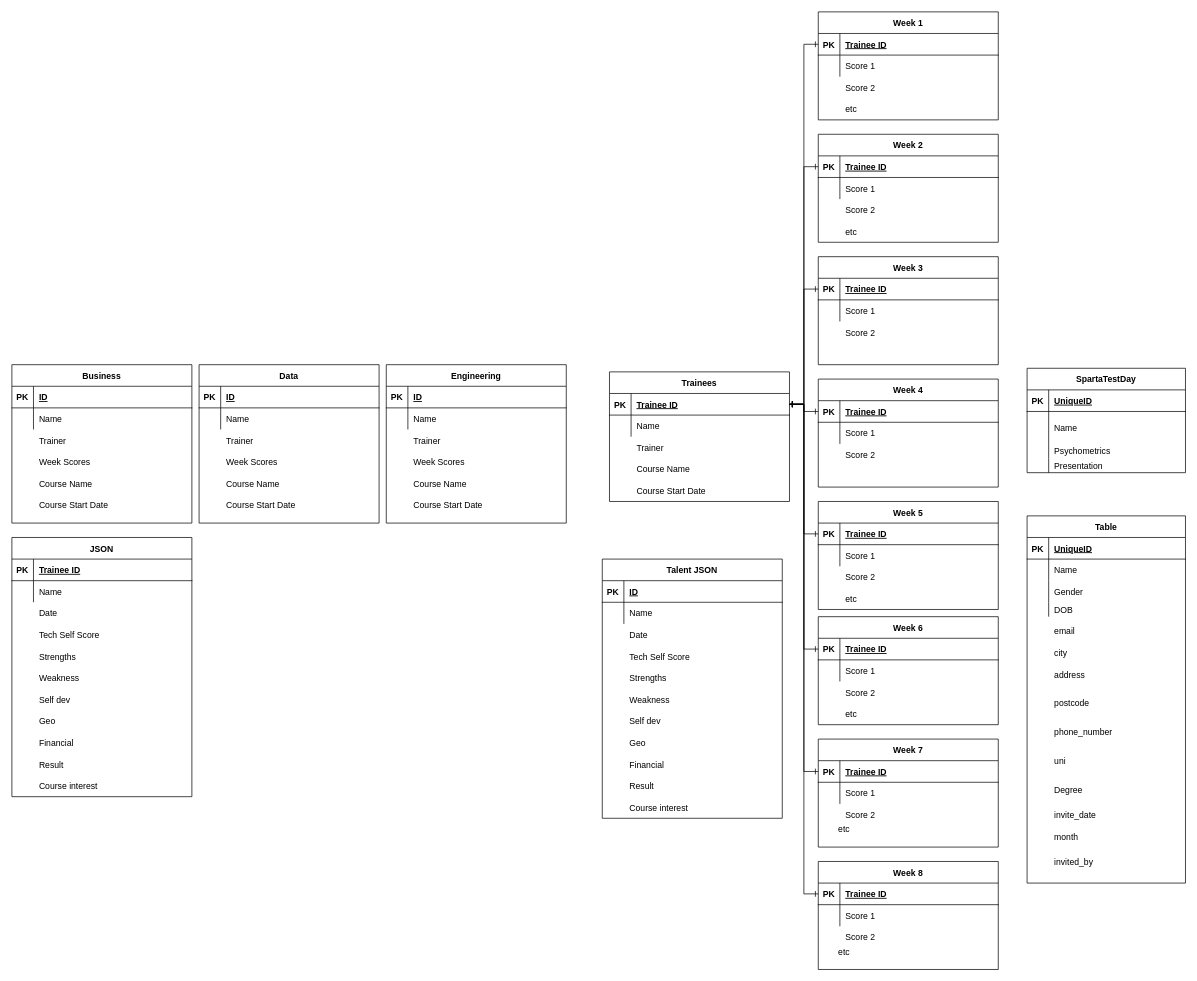
Before: Data_28_Group_2_ERD.drawio in Niam99/ETLpipeline, a draw.io diagram. Source tidied: cells renumbered, new cells numbered last; positions are measured from the earlier drawing's top-left corner, leaving out a move shared by most shapes. Both pictures are drawn from the tidied source at 72%, with x=0, y=0 at pixel (12, 12).
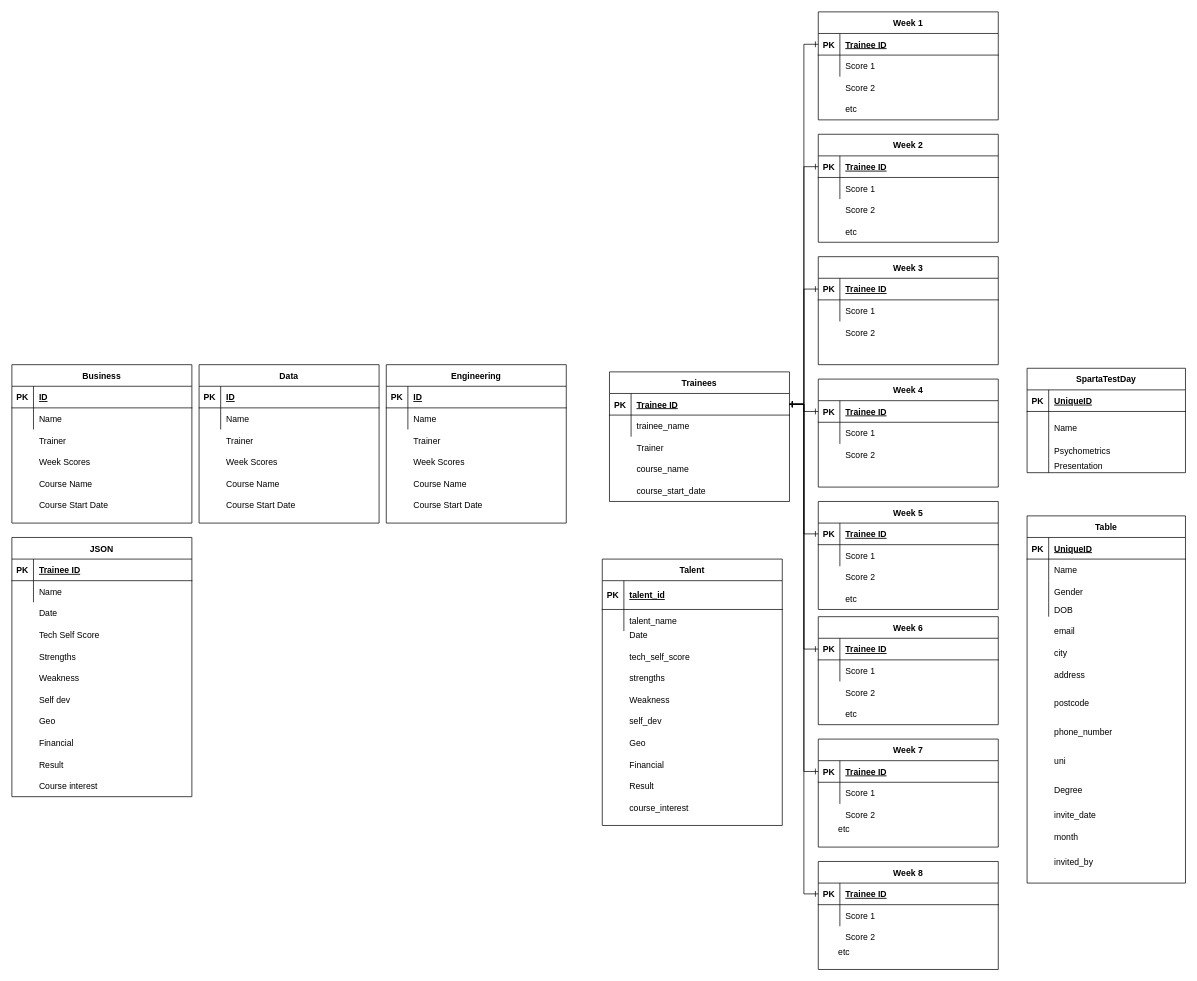
After the change.

What changed in the source:
```diff
@@
-    <mxCell id="79" value="Course Name" style="shape=partialRectangle;overflow=hidden;fillColor=none;top=0;left=0;bottom=0;right=0;align=left;spacingLeft=6;" parent="1" vertex="1">
+    <mxCell id="79" value="course_name" style="shape=partialRectangle;overflow=hidden;fillColor=none;top=0;left=0;bottom=0;right=0;align=left;spacingLeft=6;" parent="1" vertex="1">
       <mxGeometry x="860" y="620" width="220" height="30" as="geometry" />
     </mxCell>
-    <mxCell id="80" value="Course Start Date" style="shape=partialRectangle;overflow=hidden;fillColor=none;top=0;left=0;bottom=0;right=0;align=left;spacingLeft=6;" parent="1" vertex="1">
+    <mxCell id="80" value="course_start_date" style="shape=partialRectangle;overflow=hidden;fillColor=none;top=0;left=0;bottom=0;right=0;align=left;spacingLeft=6;" parent="1" vertex="1">
       <mxGeometry x="860" y="650" width="220" height="30" as="geometry" />
     </mxCell>
-    <mxCell id="81" value="Talent JSON" style="shape=table;startSize=30;childLayout=tableLayout;rowLines=0;fontStyle=1;align=center;" parent="1" vertex="1">
-      <mxGeometry x="820" y="760" width="250" height="360" as="geometry" />
+    <mxCell id="81" value="Talent" style="shape=table;startSize=30;childLayout=tableLayout;rowLines=0;fontStyle=1;align=center;" parent="1" vertex="1">
+      <mxGeometry x="820" y="760" width="250" height="370" as="geometry" />
     </mxCell>
     <mxCell id="82" style="shape=partialRectangle;fillColor=none;top=0;left=0;right=0;bottom=1;" parent="81" vertex="1">
-      <mxGeometry y="30" width="250" height="30" as="geometry" />
+      <mxGeometry y="30" width="250" height="40" as="geometry" />
     </mxCell>
     <mxCell id="83" value="PK" style="shape=partialRectangle;overflow=hidden;fillColor=none;top=0;left=0;bottom=0;right=0;fontStyle=1;" parent="82" vertex="1">
-      <mxGeometry width="30" height="30" as="geometry" />
+      <mxGeometry width="30" height="40" as="geometry" />
     </mxCell>
-    <mxCell id="84" value="ID" style="shape=partialRectangle;overflow=hidden;fillColor=none;top=0;left=0;bottom=0;right=0;align=left;spacingLeft=6;fontStyle=5;" parent="82" vertex="1">
-      <mxGeometry x="30" width="220" height="30" as="geometry" />
+    <mxCell id="84" value="talent_id" style="shape=partialRectangle;overflow=hidden;fillColor=none;top=0;left=0;bottom=0;right=0;align=left;spacingLeft=6;fontStyle=5;" parent="82" vertex="1">
+      <mxGeometry x="30" width="220" height="40" as="geometry" />
     </mxCell>
     <mxCell id="85" style="shape=partialRectangle;fillColor=none;top=0;left=0;right=0;bottom=0;" parent="81" vertex="1">
-      <mxGeometry y="60" width="250" height="30" as="geometry" />
+      <mxGeometry y="70" width="250" height="30" as="geometry" />
     </mxCell>
@@
-    <mxCell id="87" value="Name" style="shape=partialRectangle;overflow=hidden;fillColor=none;top=0;left=0;bottom=0;right=0;align=left;spacingLeft=6;" parent="85" vertex="1">
+    <mxCell id="87" value="talent_name" style="shape=partialRectangle;overflow=hidden;fillColor=none;top=0;left=0;bottom=0;right=0;align=left;spacingLeft=6;" parent="85" vertex="1">
       <mxGeometry x="30" width="220" height="30" as="geometry" />
     </mxCell>
@@
-    <mxCell id="90" value="Tech Self Score" style="shape=partialRectangle;overflow=hidden;fillColor=none;top=0;left=0;bottom=0;right=0;align=left;spacingLeft=6;" parent="1" vertex="1">
+    <mxCell id="90" value="tech_self_score" style="shape=partialRectangle;overflow=hidden;fillColor=none;top=0;left=0;bottom=0;right=0;align=left;spacingLeft=6;" parent="1" vertex="1">
       <mxGeometry x="850" y="880" width="220" height="30" as="geometry" />
     </mxCell>
@@
-    <mxCell id="94" value="Strengths" style="shape=partialRectangle;overflow=hidden;fillColor=none;top=0;left=0;bottom=0;right=0;align=left;spacingLeft=6;" parent="1" vertex="1">
+    <mxCell id="94" value="strengths" style="shape=partialRectangle;overflow=hidden;fillColor=none;top=0;left=0;bottom=0;right=0;align=left;spacingLeft=6;" parent="1" vertex="1">
       <mxGeometry x="850" y="910" width="220" height="30" as="geometry" />
     </mxCell>
@@
-    <mxCell id="96" value="Self dev" style="shape=partialRectangle;overflow=hidden;fillColor=none;top=0;left=0;bottom=0;right=0;align=left;spacingLeft=6;" parent="1" vertex="1">
+    <mxCell id="96" value="self_dev" style="shape=partialRectangle;overflow=hidden;fillColor=none;top=0;left=0;bottom=0;right=0;align=left;spacingLeft=6;" parent="1" vertex="1">
       <mxGeometry x="850" y="970" width="220" height="30" as="geometry" />
     </mxCell>
@@
-    <mxCell id="100" value="Course interest" style="shape=partialRectangle;overflow=hidden;fillColor=none;top=0;left=0;bottom=0;right=0;align=left;spacingLeft=6;" parent="1" vertex="1">
+    <mxCell id="100" value="course_interest" style="shape=partialRectangle;overflow=hidden;fillColor=none;top=0;left=0;bottom=0;right=0;align=left;spacingLeft=6;" parent="1" vertex="1">
       <mxGeometry x="850" y="1090" width="220" height="30" as="geometry" />
     </mxCell>
@@
-    <mxCell id="211" value="Name" style="shape=partialRectangle;overflow=hidden;fillColor=none;top=0;left=0;bottom=0;right=0;align=left;spacingLeft=6;" parent="1" vertex="1">
+    <mxCell id="211" value="trainee_name" style="shape=partialRectangle;overflow=hidden;fillColor=none;top=0;left=0;bottom=0;right=0;align=left;spacingLeft=6;" parent="1" vertex="1">
       <mxGeometry x="860" y="560" width="220" height="30" as="geometry" />
     </mxCell>
```
